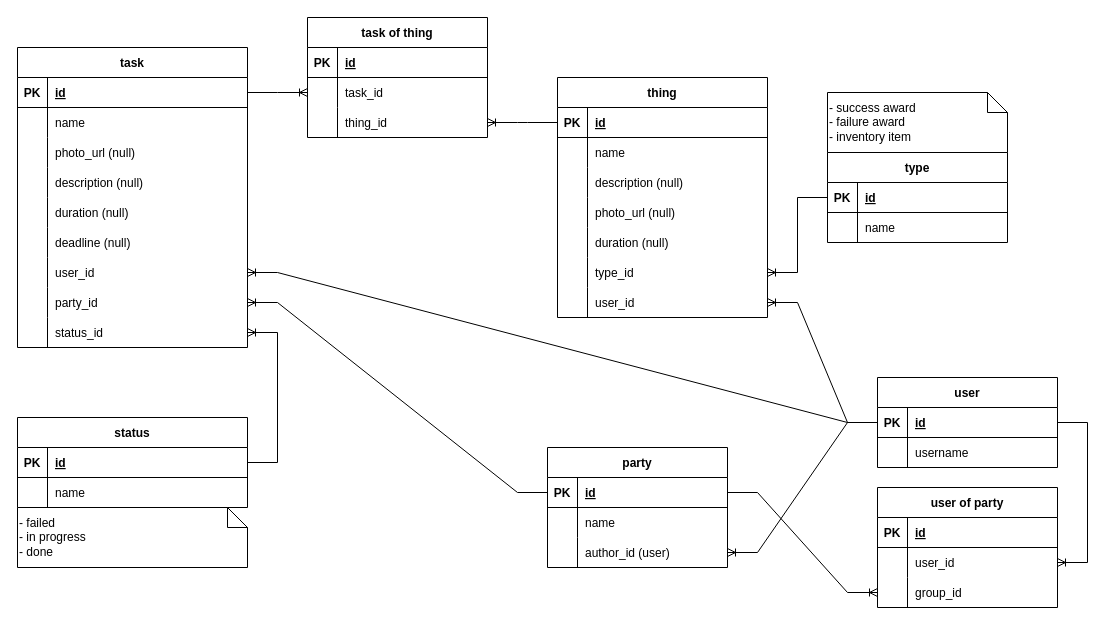
This is task-manager.drawio from Lucky2Bomb/task-manager, a draw.io file, before an edit. Source tidied: cells renumbered, new cells numbered last; positions are measured from the earlier drawing's top-left corner, leaving out a move shared by most shapes. Both pictures are drawn from the tidied source at 100%, with x=0, y=0 at pixel (17, 17).
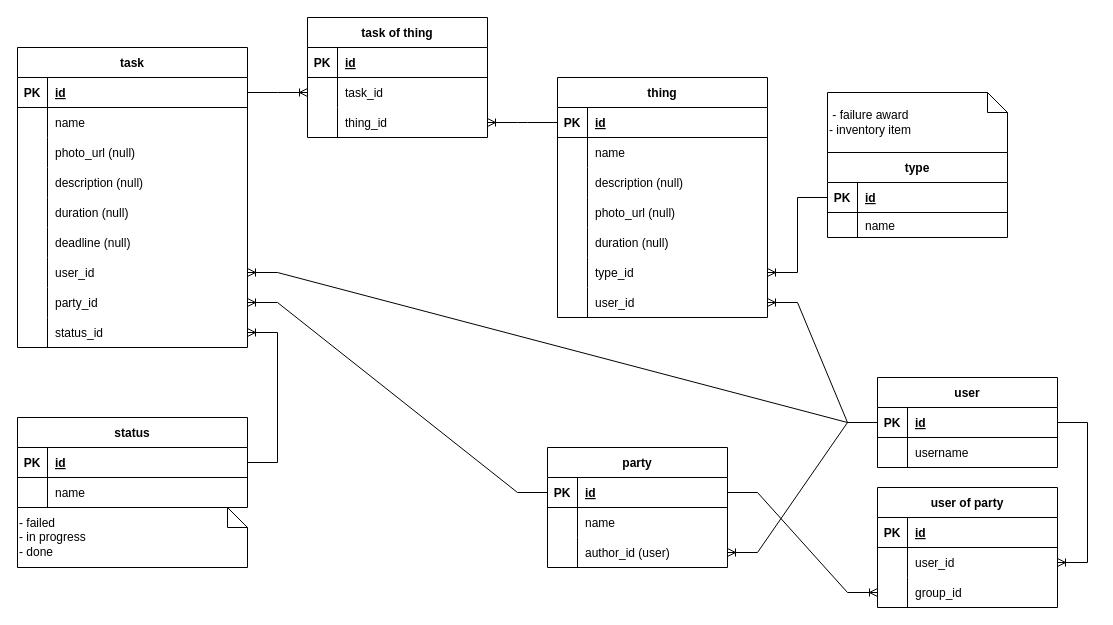
Above is the later version.

What changed in the source:
```diff
@@
     <mxCell id="106" value="type" style="shape=table;startSize=30;childLayout=tableLayout;rowLines=0;fontStyle=1;align=center;" parent="1" vertex="1">
-      <mxGeometry x="810" y="135" width="180" height="90" as="geometry" />
+      <mxGeometry x="810" y="135" width="180" height="85" as="geometry" />
     </mxCell>
@@
     <mxCell id="110" style="shape=tableRow;horizontal=0;startSize=0;swimlaneHead=0;swimlaneBody=0;fillColor=none;top=0;left=0;right=0;bottom=0;" parent="106" vertex="1">
-      <mxGeometry y="60" width="180" height="30" as="geometry" />
+      <mxGeometry y="60" width="180" height="25" as="geometry" />
     </mxCell>
     <mxCell id="111" style="shape=partialRectangle;fillColor=none;top=0;left=0;bottom=0;right=0;overflow=hidden;" parent="110" vertex="1">
-      <mxGeometry width="30" height="30" as="geometry" />
+      <mxGeometry width="30" height="25" as="geometry" />
     </mxCell>
     <mxCell id="112" value="name" style="shape=partialRectangle;fillColor=none;top=0;left=0;bottom=0;right=0;align=left;spacingLeft=6;overflow=hidden;" parent="110" vertex="1">
-      <mxGeometry x="30" width="150" height="30" as="geometry" />
+      <mxGeometry x="30" width="150" height="25" as="geometry" />
     </mxCell>
-    <mxCell id="113" value="&lt;div&gt;- success award&lt;/div&gt;&lt;div&gt;- failure award&lt;/div&gt;&lt;div&gt;- inventory item&lt;/div&gt;" style="shape=note;size=20;whiteSpace=wrap;html=1;align=left;" parent="1" vertex="1">
+    <mxCell id="113" value="&lt;div&gt;&lt;span style=&quot;background-color: initial;&quot;&gt;&amp;nbsp;- failure award&lt;/span&gt;&lt;br&gt;&lt;/div&gt;&lt;div&gt;- inventory item&lt;/div&gt;" style="shape=note;size=20;whiteSpace=wrap;html=1;align=left;" parent="1" vertex="1">
       <mxGeometry x="810" y="75" width="180" height="60" as="geometry" />
     </mxCell>
```
